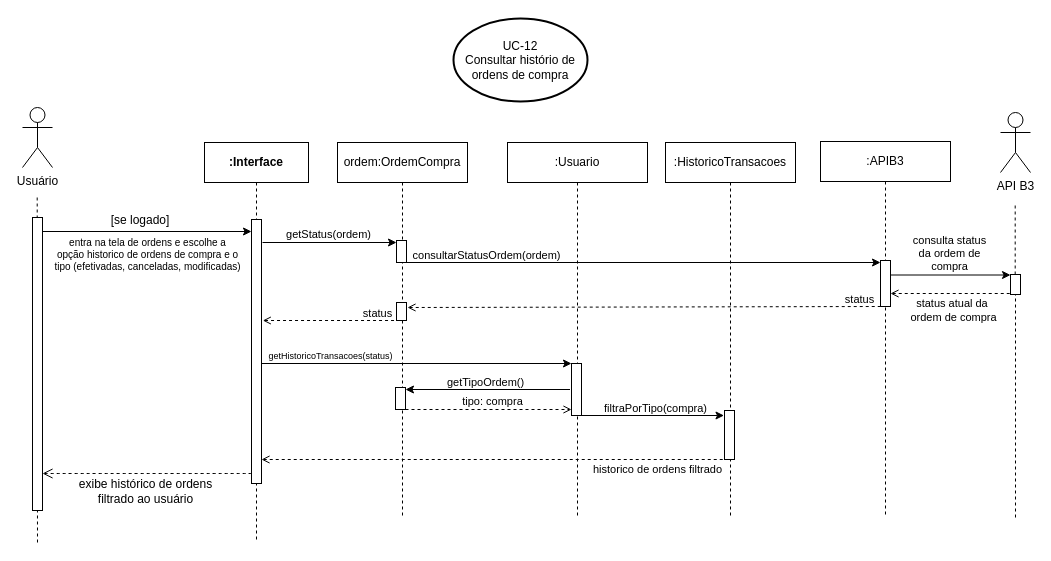
Earlier version of the draw.io diagram diagrama_sequencia/Diagrama_Sequencia_UC12.drawio (gb-cs-rt/home_broker). Source tidied: cells renumbered, new cells numbered last; positions are measured from the earlier drawing's top-left corner, leaving out a move shared by most shapes. Both pictures are drawn from the tidied source at 100%, with x=0, y=0 at pixel (22, 18).
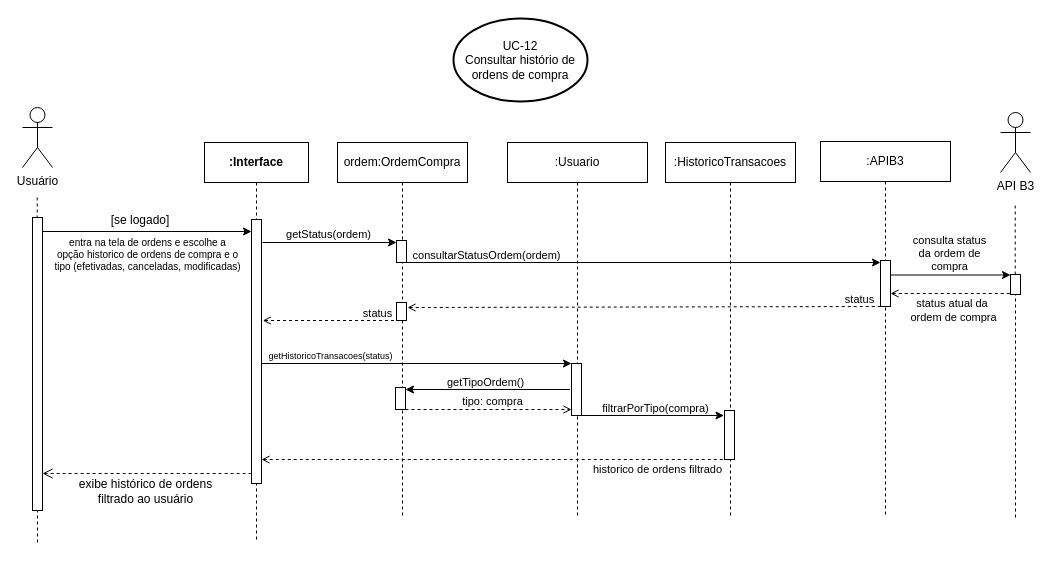
The same diagram, later.

Commit message (it also covers changes not shown here):
class diagram update

Unchanged cells that the change refers to:
```xml
<mxCell id="17" style="endArrow=classic;html=1;rounded=0;startArrow=none;startFill=0;endFill=1;" parent="1" edge="1">
  <mxGeometry relative="1" as="geometry">
    <mxPoint x="559" y="397" as="sourcePoint" />
    <mxPoint x="701.5" y="397" as="targetPoint" />
  </mxGeometry>
</mxCell>
```

What changed in the source:
```diff
@@
-    <mxCell id="18" value="filtraPorTipo(compra)" style="edgeLabel;html=1;align=center;verticalAlign=middle;" parent="17" vertex="1">
+    <mxCell id="18" value="filtrarPorTipo(compra)" style="edgeLabel;html=1;align=center;verticalAlign=middle;" parent="17" vertex="1">
       <mxGeometry x="-0.13" y="-2" relative="1" as="geometry">
         <mxPoint x="11" y="-10" as="offset" />
       </mxGeometry>
     </mxCell>
```
